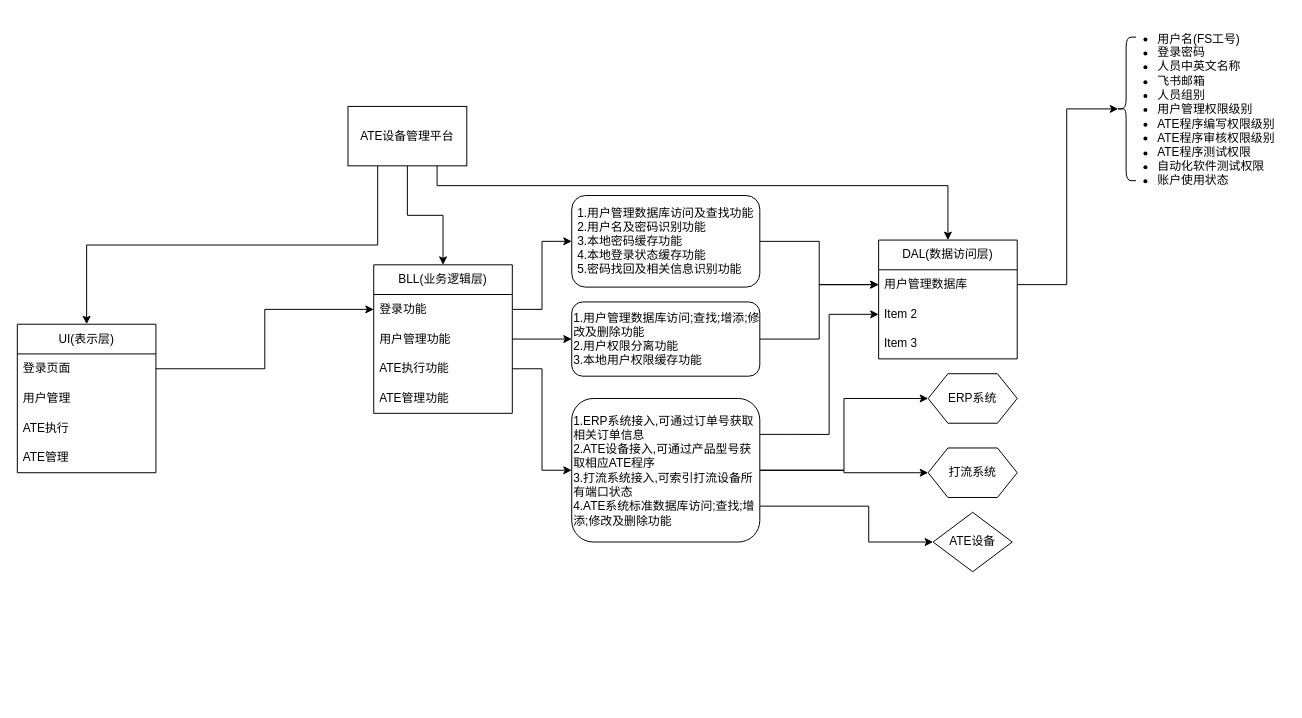
Istaya/Gallery keeps this draw.io diagram as CompanyUse/HongHanDongMan/ATE设备管理平台.drawio. Above is the earlier version. Source tidied: cells renumbered, new cells numbered last; positions are measured from the earlier drawing's top-left corner, leaving out a move shared by most shapes. Both pictures are drawn from the tidied source at 99%, with x=0, y=0 at pixel (17, 17).
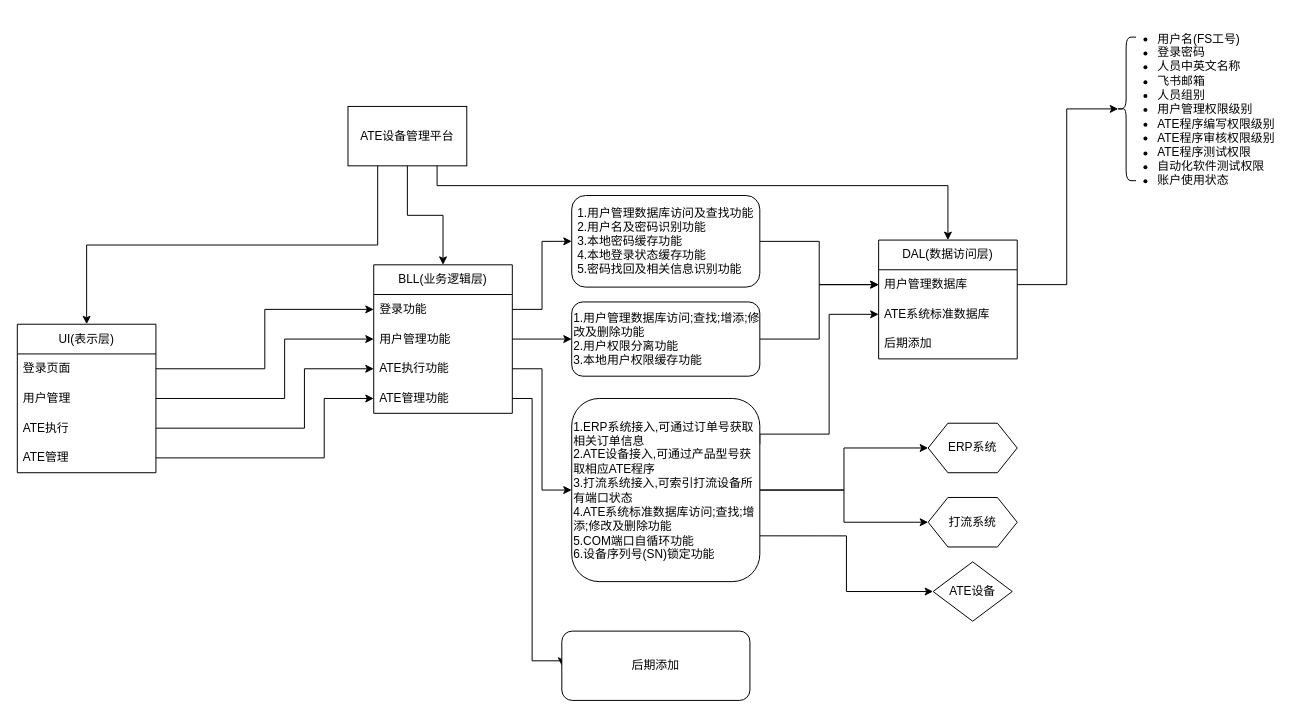
The same page after the edit.

Commit message:
更新ATE设备管理平台.drawio

The change refers to these unchanged cells:
```xml
<mxCell id="8" value="用户管理" style="text;strokeColor=none;fillColor=none;align=left;verticalAlign=middle;spacingLeft=4;spacingRight=4;overflow=hidden;points=[[0,0.5],[1,0.5]];portConstraint=eastwest;whiteSpace=wrap;html=1;" parent="6" vertex="1">
  <mxGeometry y="60" width="140" height="30" as="geometry" />
</mxCell>
<mxCell id="9" value="ATE执行" style="text;strokeColor=none;fillColor=none;align=left;verticalAlign=middle;spacingLeft=4;spacingRight=4;overflow=hidden;points=[[0,0.5],[1,0.5]];portConstraint=eastwest;whiteSpace=wrap;html=1;" parent="6" vertex="1">
  <mxGeometry y="90" width="140" height="30" as="geometry" />
</mxCell>
<mxCell id="10" value="ATE管理" style="text;strokeColor=none;fillColor=none;align=left;verticalAlign=middle;spacingLeft=4;spacingRight=4;overflow=hidden;points=[[0,0.5],[1,0.5]];portConstraint=eastwest;whiteSpace=wrap;html=1;" parent="6" vertex="1">
  <mxGeometry y="120" width="140" height="30" as="geometry" />
</mxCell>
<mxCell id="14" value="用户管理功能" style="text;strokeColor=none;fillColor=none;align=left;verticalAlign=middle;spacingLeft=4;spacingRight=4;overflow=hidden;points=[[0,0.5],[1,0.5]];portConstraint=eastwest;whiteSpace=wrap;html=1;" parent="12" vertex="1">
  <mxGeometry y="60" width="140" height="30" as="geometry" />
</mxCell>
<mxCell id="15" value="ATE执行功能" style="text;strokeColor=none;fillColor=none;align=left;verticalAlign=middle;spacingLeft=4;spacingRight=4;overflow=hidden;points=[[0,0.5],[1,0.5]];portConstraint=eastwest;whiteSpace=wrap;html=1;" parent="12" vertex="1">
  <mxGeometry y="90" width="140" height="30" as="geometry" />
</mxCell>
<mxCell id="16" value="ATE管理功能" style="text;strokeColor=none;fillColor=none;align=left;verticalAlign=middle;spacingLeft=4;spacingRight=4;overflow=hidden;points=[[0,0.5],[1,0.5]];portConstraint=eastwest;whiteSpace=wrap;html=1;" parent="12" vertex="1">
  <mxGeometry y="120" width="140" height="30" as="geometry" />
</mxCell>
<mxCell id="17" value="DAL(数据访问层)" style="swimlane;fontStyle=0;horizontal=1;startSize=30;whiteSpace=wrap;html=1;" parent="1" vertex="1">
  <mxGeometry x="870" y="225" width="140" height="120" as="geometry" />
</mxCell>
```

What changed in the source:
```diff
@@
-    <mxCell id="19" value="Item 2" style="text;strokeColor=none;fillColor=none;align=left;verticalAlign=middle;spacingLeft=4;spacingRight=4;overflow=hidden;points=[[0,0.5],[1,0.5]];portConstraint=eastwest;whiteSpace=wrap;html=1;" parent="17" vertex="1">
+    <mxCell id="19" value="ATE系统标准数据库" style="text;strokeColor=none;fillColor=none;align=left;verticalAlign=middle;spacingLeft=4;spacingRight=4;overflow=hidden;points=[[0,0.5],[1,0.5]];portConstraint=eastwest;whiteSpace=wrap;html=1;" parent="17" vertex="1">
       <mxGeometry y="60" width="140" height="30" as="geometry" />
     </mxCell>
-    <mxCell id="20" value="Item 3" style="text;strokeColor=none;fillColor=none;align=left;verticalAlign=middle;spacingLeft=4;spacingRight=4;overflow=hidden;whiteSpace=wrap;html=1;" parent="17" vertex="1">
+    <mxCell id="20" value="后期添加" style="text;strokeColor=none;fillColor=none;align=left;verticalAlign=middle;spacingLeft=4;spacingRight=4;overflow=hidden;whiteSpace=wrap;html=1;" parent="17" vertex="1">
       <mxGeometry y="90" width="140" height="30" as="geometry" />
     </mxCell>
@@
     <mxCell id="30" value="ERP系统" style="shape=hexagon;perimeter=hexagonPerimeter2;whiteSpace=wrap;html=1;fixedSize=1;" parent="1" vertex="1">
-      <mxGeometry x="920" y="360" width="90" height="50" as="geometry" />
+      <mxGeometry x="920" y="410" width="90" height="50" as="geometry" />
     </mxCell>
     <mxCell id="31" value="ATE设备" style="rhombus;whiteSpace=wrap;html=1;" parent="1" vertex="1">
-      <mxGeometry x="925" y="500" width="80" height="60" as="geometry" />
+      <mxGeometry x="925" y="550" width="80" height="60" as="geometry" />
     </mxCell>
     <mxCell id="32" value="打流系统" style="shape=hexagon;perimeter=hexagonPerimeter2;whiteSpace=wrap;html=1;fixedSize=1;" parent="1" vertex="1">
-      <mxGeometry x="920" y="435" width="90" height="50" as="geometry" />
+      <mxGeometry x="920" y="485" width="90" height="50" as="geometry" />
     </mxCell>
@@
-    <mxCell id="35" style="edgeStyle=orthogonalEdgeStyle;rounded=0;jettySize=auto;html=1;exitX=1;exitY=0.75;exitDx=0;exitDy=0;entryX=0;entryY=0.5;entryDx=0;entryDy=0;" parent="1" edge="1" source="38" target="31">
-      <mxGeometry relative="1" as="geometry">
-        <Array as="points">
-          <mxPoint x="860" y="494" />
-          <mxPoint x="860" y="530" />
-        </Array>
-      </mxGeometry>
-    </mxCell>
@@
+    <mxCell id="35" style="edgeStyle=orthogonalEdgeStyle;rounded=0;jettySize=auto;html=1;exitX=1;exitY=0.75;exitDx=0;exitDy=0;entryX=0;entryY=0.5;entryDx=0;entryDy=0;" parent="1" edge="1" source="38" target="31">
+      <mxGeometry relative="1" as="geometry" />
+    </mxCell>
-    <mxCell id="38" value="1.ERP系统接入,可通过订单号获取相关订单信息&lt;br&gt;2.ATE设备接入,可通过产品型号获取相应ATE程序&lt;br&gt;3.打流系统接入,可索引打流设备所有端口状态&lt;br&gt;4.ATE系统标准数据库访问;查找;增添;修改及删除功能" style="rounded=1;whiteSpace=wrap;html=1;align=left;" parent="1" vertex="1">
-      <mxGeometry x="560" y="385" width="190" height="145" as="geometry" />
+    <mxCell id="38" value="1.ERP系统接入,可通过订单号获取相关订单信息&lt;br&gt;2.ATE设备接入,可通过产品型号获取相应ATE程序&lt;br&gt;3.打流系统接入,可索引打流设备所有端口状态&lt;br&gt;4.ATE系统标准数据库访问;查找;增添;修改及删除功能&lt;br&gt;5.COM端口自循环功能&lt;br&gt;6.设备序列号(SN)锁定功能" style="rounded=1;whiteSpace=wrap;html=1;align=left;" parent="1" vertex="1">
+      <mxGeometry x="560" y="385" width="190" height="185" as="geometry" />
     </mxCell>
+    <mxCell id="39" style="edgeStyle=orthogonalEdgeStyle;rounded=0;jettySize=auto;html=1;exitX=1;exitY=0.5;exitDx=0;exitDy=0;entryX=0;entryY=0.5;entryDx=0;entryDy=0;" parent="1" edge="1" source="16" target="40">
+      <mxGeometry relative="1" as="geometry">
+        <Array as="points">
+          <mxPoint x="520" y="385" />
+          <mxPoint x="520" y="650" />
+          <mxPoint x="550" y="650" />
+        </Array>
+      </mxGeometry>
+    </mxCell>
+    <mxCell id="40" value="后期添加" style="rounded=1;whiteSpace=wrap;html=1;" parent="1" vertex="1">
+      <mxGeometry x="550" y="620" width="190" height="70" as="geometry" />
+    </mxCell>
+    <mxCell id="41" style="edgeStyle=orthogonalEdgeStyle;rounded=0;jettySize=auto;html=1;entryX=0;entryY=0.5;entryDx=0;entryDy=0;" parent="1" edge="1" source="8" target="14">
+      <mxGeometry relative="1" as="geometry">
+        <Array as="points">
+          <mxPoint x="270" y="385" />
+          <mxPoint x="270" y="325" />
+        </Array>
+      </mxGeometry>
+    </mxCell>
+    <mxCell id="42" style="edgeStyle=orthogonalEdgeStyle;rounded=0;jettySize=auto;html=1;entryX=0;entryY=0.5;entryDx=0;entryDy=0;" parent="1" edge="1" source="9" target="15">
+      <mxGeometry relative="1" as="geometry">
+        <Array as="points">
+          <mxPoint x="290" y="415" />
+          <mxPoint x="290" y="355" />
+        </Array>
+      </mxGeometry>
+    </mxCell>
+    <mxCell id="43" style="edgeStyle=orthogonalEdgeStyle;rounded=0;jettySize=auto;html=1;entryX=0;entryY=0.5;entryDx=0;entryDy=0;" parent="1" edge="1" source="10" target="16">
+      <mxGeometry relative="1" as="geometry">
+        <Array as="points">
+          <mxPoint x="310" y="445" />
+          <mxPoint x="310" y="385" />
+        </Array>
+      </mxGeometry>
+    </mxCell>
```
